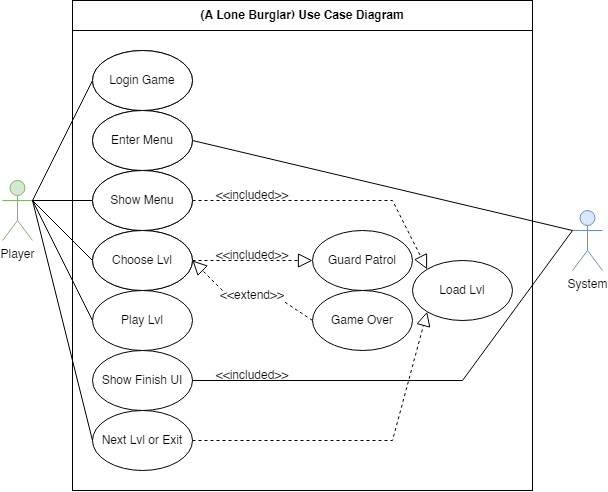
Earlier version of the draw.io export use case diagram.png (johannfac/A-Lone-Burglar). Source tidied: cells renumbered, new cells last; positions are measured from the earlier drawing's top-left corner, leaving out a move shared by most shapes. Its diagram source:
```xml
<mxGraphModel>
  <root>
    <mxCell id="0" />
    <mxCell id="1" parent="0" />
    <mxCell id="2" style="rounded=0;whiteSpace=wrap;html=1;" parent="1" vertex="1">
      <mxGeometry x="70" y="30" width="460" height="460" as="geometry" />
    </mxCell>
    <mxCell id="3" value="Player" style="shape=umlActor;verticalLabelPosition=bottom;verticalAlign=top;html=1;outlineConnect=0;fillColor=#d5e8d4;strokeColor=#82b366;" parent="1" vertex="1">
      <mxGeometry y="180" width="30" height="60" as="geometry" />
    </mxCell>
    <mxCell id="4" value="System" style="shape=umlActor;verticalLabelPosition=bottom;verticalAlign=top;html=1;outlineConnect=0;fillColor=#dae8fc;strokeColor=#6c8ebf;" parent="1" vertex="1">
      <mxGeometry x="570" y="210" width="30" height="60" as="geometry" />
    </mxCell>
    <mxCell id="5" value="Load Lvl" style="ellipse;whiteSpace=wrap;html=1;" parent="1" vertex="1">
      <mxGeometry x="410" y="260" width="100" height="60" as="geometry" />
    </mxCell>
    <mxCell id="6" value="Login Game" style="ellipse;whiteSpace=wrap;html=1;" parent="1" vertex="1">
      <mxGeometry x="90" y="50" width="100" height="60" as="geometry" />
    </mxCell>
    <mxCell id="7" style="endArrow=block;dashed=1;endFill=0;endSize=12;html=1;rounded=0;exitX=1;exitY=0.5;exitDx=0;exitDy=0;entryX=0;entryY=0;entryDx=0;entryDy=0;startArrow=none;" parent="1" edge="1" source="11" target="5">
      <mxGeometry relative="1" as="geometry">
        <Array as="points">
          <mxPoint x="390" y="200" />
        </Array>
      </mxGeometry>
    </mxCell>
    <mxCell id="8" value="&amp;lt;&amp;lt;included&amp;gt;&amp;gt;" style="text;html=1;strokeColor=none;fillColor=none;align=center;verticalAlign=middle;whiteSpace=wrap;rounded=0;" parent="1" vertex="1">
      <mxGeometry x="220" y="190" width="60" height="10" as="geometry" />
    </mxCell>
    <mxCell id="9" style="endArrow=none;endFill=0;endSize=12;html=1;rounded=0;exitX=1;exitY=0.3333333333333333;exitDx=0;exitDy=0;entryX=0;entryY=0.5;entryDx=0;entryDy=0;startArrow=none;exitPerimeter=0;" parent="1" edge="1" source="3" target="6">
      <mxGeometry relative="1" as="geometry" />
    </mxCell>
    <mxCell id="10" value="Show Menu" style="ellipse;whiteSpace=wrap;html=1;" parent="1" vertex="1">
      <mxGeometry x="90" y="110" width="100" height="60" as="geometry" />
    </mxCell>
    <mxCell id="11" value="Choose Lvl" style="ellipse;whiteSpace=wrap;html=1;" parent="1" vertex="1">
      <mxGeometry x="90" y="170" width="100" height="60" as="geometry" />
    </mxCell>
    <mxCell id="12" value="Play Lvl" style="ellipse;whiteSpace=wrap;html=1;" parent="1" vertex="1">
      <mxGeometry x="90" y="230" width="100" height="60" as="geometry" />
    </mxCell>
    <mxCell id="13" value="Guard Patrol" style="ellipse;whiteSpace=wrap;html=1;" parent="1" vertex="1">
      <mxGeometry x="310" y="230" width="100" height="60" as="geometry" />
    </mxCell>
    <mxCell id="14" style="endArrow=block;dashed=1;endFill=0;endSize=12;html=1;rounded=0;exitX=1;exitY=0.5;exitDx=0;exitDy=0;entryX=0;entryY=0.5;entryDx=0;entryDy=0;startArrow=none;edgeStyle=orthogonalEdgeStyle;" parent="1" edge="1" source="12" target="13">
      <mxGeometry relative="1" as="geometry">
        <Array as="points">
          <mxPoint x="250" y="260" />
          <mxPoint x="250" y="260" />
        </Array>
      </mxGeometry>
    </mxCell>
    <mxCell id="15" value="&amp;lt;&amp;lt;included&amp;gt;&amp;gt;" style="text;html=1;strokeColor=none;fillColor=none;align=center;verticalAlign=middle;whiteSpace=wrap;rounded=0;" parent="1" vertex="1">
      <mxGeometry x="220" y="250" width="60" height="10" as="geometry" />
    </mxCell>
    <mxCell id="16" value="Game Over" style="ellipse;whiteSpace=wrap;html=1;" parent="1" vertex="1">
      <mxGeometry x="310" y="290" width="100" height="60" as="geometry" />
    </mxCell>
    <mxCell id="17" style="endArrow=block;dashed=1;endFill=0;endSize=12;html=1;rounded=0;exitX=0;exitY=0;exitDx=0;exitDy=0;startArrow=none;entryX=1;entryY=0.5;entryDx=0;entryDy=0;" parent="1" edge="1" source="22" target="12">
      <mxGeometry relative="1" as="geometry" />
    </mxCell>
    <mxCell id="18" style="endArrow=none;endFill=0;endSize=12;html=1;rounded=0;exitX=0;exitY=0.3333333333333333;exitDx=0;exitDy=0;entryX=1;entryY=0.5;entryDx=0;entryDy=0;startArrow=none;exitPerimeter=0;" parent="1" edge="1" source="4" target="10">
      <mxGeometry relative="1" as="geometry" />
    </mxCell>
    <mxCell id="19" style="endArrow=none;endFill=0;endSize=12;html=1;rounded=0;exitX=1;exitY=0.3333333333333333;exitDx=0;exitDy=0;entryX=0;entryY=0.5;entryDx=0;entryDy=0;startArrow=none;exitPerimeter=0;" parent="1" edge="1" source="3" target="11">
      <mxGeometry relative="1" as="geometry" />
    </mxCell>
    <mxCell id="20" style="endArrow=none;endFill=0;endSize=12;html=1;rounded=0;exitX=1;exitY=0.3333333333333333;exitDx=0;exitDy=0;entryX=0;entryY=0.5;entryDx=0;entryDy=0;startArrow=none;exitPerimeter=0;" parent="1" edge="1" source="3" target="12">
      <mxGeometry relative="1" as="geometry" />
    </mxCell>
    <mxCell id="21" value="&lt;b&gt;(A Lone Burglar) Use Case Diagram&lt;/b&gt;" style="rounded=0;whiteSpace=wrap;html=1;" parent="1" vertex="1">
      <mxGeometry x="70" width="460" height="30" as="geometry" />
    </mxCell>
    <mxCell id="22" value="&amp;lt;&amp;lt;extend&amp;gt;&amp;gt;" style="text;html=1;strokeColor=none;fillColor=none;align=center;verticalAlign=middle;whiteSpace=wrap;rounded=0;" parent="1" vertex="1">
      <mxGeometry x="220" y="290" width="60" height="10" as="geometry" />
    </mxCell>
    <mxCell id="23" style="endArrow=none;dashed=1;endFill=0;endSize=12;html=1;rounded=0;exitX=0;exitY=0.5;exitDx=0;exitDy=0;startArrow=none;entryX=1;entryY=1;entryDx=0;entryDy=0;" parent="1" edge="1" source="16" target="22">
      <mxGeometry relative="1" as="geometry" />
    </mxCell>
    <mxCell id="24" value="Show Finish&amp;nbsp;UI" style="ellipse;whiteSpace=wrap;html=1;" parent="1" vertex="1">
      <mxGeometry x="90" y="350" width="100" height="60" as="geometry" />
    </mxCell>
    <mxCell id="25" value="Next Lvl or Exit" style="ellipse;whiteSpace=wrap;html=1;" parent="1" vertex="1">
      <mxGeometry x="90" y="410" width="100" height="60" as="geometry" />
    </mxCell>
    <mxCell id="26" style="endArrow=none;endFill=0;endSize=12;html=1;rounded=0;exitX=0;exitY=0.3333333333333333;exitDx=0;exitDy=0;entryX=1;entryY=0.5;entryDx=0;entryDy=0;startArrow=none;exitPerimeter=0;" parent="1" edge="1" source="4" target="24">
      <mxGeometry relative="1" as="geometry">
        <Array as="points">
          <mxPoint x="460" y="380" />
        </Array>
      </mxGeometry>
    </mxCell>
    <mxCell id="27" style="endArrow=none;endFill=0;endSize=12;html=1;rounded=0;exitX=0;exitY=0.5;exitDx=0;exitDy=0;entryX=1;entryY=0.3333333333333333;entryDx=0;entryDy=0;startArrow=none;entryPerimeter=0;" parent="1" edge="1" source="25" target="3">
      <mxGeometry relative="1" as="geometry" />
    </mxCell>
    <mxCell id="28" style="endArrow=block;dashed=1;endFill=0;endSize=12;html=1;rounded=0;exitX=1;exitY=0.5;exitDx=0;exitDy=0;entryX=0;entryY=1;entryDx=0;entryDy=0;startArrow=none;" parent="1" edge="1" source="25" target="5">
      <mxGeometry relative="1" as="geometry">
        <Array as="points">
          <mxPoint x="390" y="440" />
        </Array>
      </mxGeometry>
    </mxCell>
    <mxCell id="29" value="&amp;lt;&amp;lt;included&amp;gt;&amp;gt;" style="text;html=1;strokeColor=none;fillColor=none;align=center;verticalAlign=middle;whiteSpace=wrap;rounded=0;" parent="1" vertex="1">
      <mxGeometry x="220" y="370" width="60" height="10" as="geometry" />
    </mxCell>
    <mxCell id="30" value="Login Game" style="ellipse;whiteSpace=wrap;html=1;" parent="1" vertex="1">
      <mxGeometry x="90" y="50" width="100" height="60" as="geometry" />
    </mxCell>
    <mxCell id="31" value="Enter Menu" style="ellipse;whiteSpace=wrap;html=1;" parent="1" vertex="1">
      <mxGeometry x="90" y="110" width="100" height="60" as="geometry" />
    </mxCell>
    <mxCell id="32" value="Show Menu" style="ellipse;whiteSpace=wrap;html=1;" parent="1" vertex="1">
      <mxGeometry x="90" y="170" width="100" height="60" as="geometry" />
    </mxCell>
    <mxCell id="33" value="Choose Lvl" style="ellipse;whiteSpace=wrap;html=1;" parent="1" vertex="1">
      <mxGeometry x="90" y="230" width="100" height="60" as="geometry" />
    </mxCell>
    <mxCell id="34" value="Play Lvl" style="ellipse;whiteSpace=wrap;html=1;" parent="1" vertex="1">
      <mxGeometry x="90" y="290" width="100" height="60" as="geometry" />
    </mxCell>
    <mxCell id="35" style="endArrow=none;endFill=0;endSize=12;html=1;rounded=0;exitX=1;exitY=0.3333333333333333;exitDx=0;exitDy=0;entryX=0;entryY=0.5;entryDx=0;entryDy=0;startArrow=none;exitPerimeter=0;" parent="1" edge="1" source="3" target="34">
      <mxGeometry relative="1" as="geometry" />
    </mxCell>
  </root>
</mxGraphModel>
```
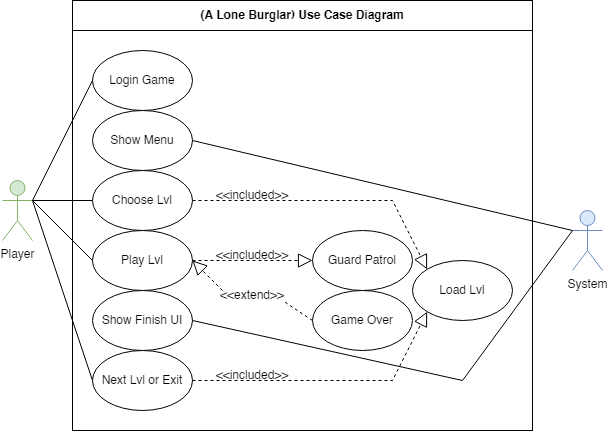
The same file after the commit.

What changed in the source:
```diff
@@ -3,7 +3,7 @@
     <mxCell id="0" />
     <mxCell id="1" parent="0" />
     <mxCell id="2" style="rounded=0;whiteSpace=wrap;html=1;" parent="1" vertex="1">
-      <mxGeometry x="70" y="30" width="460" height="460" as="geometry" />
+      <mxGeometry x="70" width="460" height="430" as="geometry" />
     </mxCell>
     <mxCell id="3" value="Player" style="shape=umlActor;verticalLabelPosition=bottom;verticalAlign=top;html=1;outlineConnect=0;fillColor=#d5e8d4;strokeColor=#82b366;" parent="1" vertex="1">
       <mxGeometry y="180" width="30" height="60" as="geometry" />
@@ -14,9 +14,6 @@
     <mxCell id="5" value="Load Lvl" style="ellipse;whiteSpace=wrap;html=1;" parent="1" vertex="1">
       <mxGeometry x="410" y="260" width="100" height="60" as="geometry" />
     </mxCell>
-    <mxCell id="6" value="Login Game" style="ellipse;whiteSpace=wrap;html=1;" parent="1" vertex="1">
-      <mxGeometry x="90" y="50" width="100" height="60" as="geometry" />
-    </mxCell>
     <mxCell id="7" style="endArrow=block;dashed=1;endFill=0;endSize=12;html=1;rounded=0;exitX=1;exitY=0.5;exitDx=0;exitDy=0;entryX=0;entryY=0;entryDx=0;entryDy=0;startArrow=none;" parent="1" edge="1" source="11" target="5">
       <mxGeometry relative="1" as="geometry">
         <Array as="points">
@@ -27,9 +24,6 @@
     <mxCell id="8" value="&amp;lt;&amp;lt;included&amp;gt;&amp;gt;" style="text;html=1;strokeColor=none;fillColor=none;align=center;verticalAlign=middle;whiteSpace=wrap;rounded=0;" parent="1" vertex="1">
       <mxGeometry x="220" y="190" width="60" height="10" as="geometry" />
     </mxCell>
-    <mxCell id="9" style="endArrow=none;endFill=0;endSize=12;html=1;rounded=0;exitX=1;exitY=0.3333333333333333;exitDx=0;exitDy=0;entryX=0;entryY=0.5;entryDx=0;entryDy=0;startArrow=none;exitPerimeter=0;" parent="1" edge="1" source="3" target="6">
-      <mxGeometry relative="1" as="geometry" />
-    </mxCell>
     <mxCell id="10" value="Show Menu" style="ellipse;whiteSpace=wrap;html=1;" parent="1" vertex="1">
       <mxGeometry x="90" y="110" width="100" height="60" as="geometry" />
     </mxCell>
@@ -78,10 +72,10 @@
       <mxGeometry relative="1" as="geometry" />
     </mxCell>
     <mxCell id="24" value="Show Finish&amp;nbsp;UI" style="ellipse;whiteSpace=wrap;html=1;" parent="1" vertex="1">
-      <mxGeometry x="90" y="350" width="100" height="60" as="geometry" />
+      <mxGeometry x="90" y="290" width="100" height="60" as="geometry" />
     </mxCell>
     <mxCell id="25" value="Next Lvl or Exit" style="ellipse;whiteSpace=wrap;html=1;" parent="1" vertex="1">
-      <mxGeometry x="90" y="410" width="100" height="60" as="geometry" />
+      <mxGeometry x="90" y="350" width="100" height="60" as="geometry" />
     </mxCell>
     <mxCell id="26" style="endArrow=none;endFill=0;endSize=12;html=1;rounded=0;exitX=0;exitY=0.3333333333333333;exitDx=0;exitDy=0;entryX=1;entryY=0.5;entryDx=0;entryDy=0;startArrow=none;exitPerimeter=0;" parent="1" edge="1" source="4" target="24">
       <mxGeometry relative="1" as="geometry">
@@ -96,30 +90,18 @@
     <mxCell id="28" style="endArrow=block;dashed=1;endFill=0;endSize=12;html=1;rounded=0;exitX=1;exitY=0.5;exitDx=0;exitDy=0;entryX=0;entryY=1;entryDx=0;entryDy=0;startArrow=none;" parent="1" edge="1" source="25" target="5">
       <mxGeometry relative="1" as="geometry">
         <Array as="points">
-          <mxPoint x="390" y="440" />
+          <mxPoint x="390" y="380" />
         </Array>
       </mxGeometry>
     </mxCell>
     <mxCell id="29" value="&amp;lt;&amp;lt;included&amp;gt;&amp;gt;" style="text;html=1;strokeColor=none;fillColor=none;align=center;verticalAlign=middle;whiteSpace=wrap;rounded=0;" parent="1" vertex="1">
       <mxGeometry x="220" y="370" width="60" height="10" as="geometry" />
     </mxCell>
-    <mxCell id="30" value="Login Game" style="ellipse;whiteSpace=wrap;html=1;" parent="1" vertex="1">
-      <mxGeometry x="90" y="50" width="100" height="60" as="geometry" />
-    </mxCell>
-    <mxCell id="31" value="Enter Menu" style="ellipse;whiteSpace=wrap;html=1;" parent="1" vertex="1">
-      <mxGeometry x="90" y="110" width="100" height="60" as="geometry" />
-    </mxCell>
-    <mxCell id="32" value="Show Menu" style="ellipse;whiteSpace=wrap;html=1;" parent="1" vertex="1">
-      <mxGeometry x="90" y="170" width="100" height="60" as="geometry" />
-    </mxCell>
-    <mxCell id="33" value="Choose Lvl" style="ellipse;whiteSpace=wrap;html=1;" parent="1" vertex="1">
-      <mxGeometry x="90" y="230" width="100" height="60" as="geometry" />
-    </mxCell>
-    <mxCell id="34" value="Play Lvl" style="ellipse;whiteSpace=wrap;html=1;" parent="1" vertex="1">
-      <mxGeometry x="90" y="290" width="100" height="60" as="geometry" />
-    </mxCell>
-    <mxCell id="35" style="endArrow=none;endFill=0;endSize=12;html=1;rounded=0;exitX=1;exitY=0.3333333333333333;exitDx=0;exitDy=0;entryX=0;entryY=0.5;entryDx=0;entryDy=0;startArrow=none;exitPerimeter=0;" parent="1" edge="1" source="3" target="34">
-      <mxGeometry relative="1" as="geometry" />
-    </mxCell>
+    <mxCell id="36" value="Login Game" style="ellipse;whiteSpace=wrap;html=1;" parent="1" vertex="1">
+      <mxGeometry x="90" y="50" width="100" height="60" as="geometry" />
+    </mxCell>
+    <mxCell id="37" style="endArrow=none;endFill=0;endSize=12;html=1;rounded=0;exitX=1;exitY=0.3333333333333333;exitDx=0;exitDy=0;entryX=0;entryY=0.5;entryDx=0;entryDy=0;startArrow=none;exitPerimeter=0;" parent="1" edge="1" source="3" target="36">
+      <mxGeometry relative="1" as="geometry" />
+    </mxCell>
   </root>
 </mxGraphModel>
```
